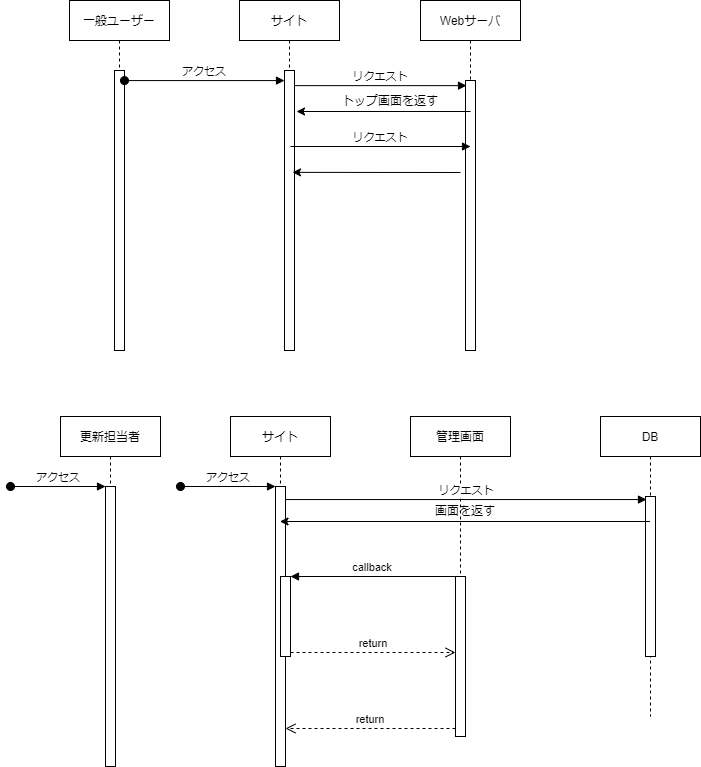
Earlier version of the draw.io export シーケンス図.drawio.png (buyodo/webgis-dev-doc). Source tidied: cells renumbered, new cells last; positions are measured from the earlier drawing's top-left corner, leaving out a move shared by most shapes.
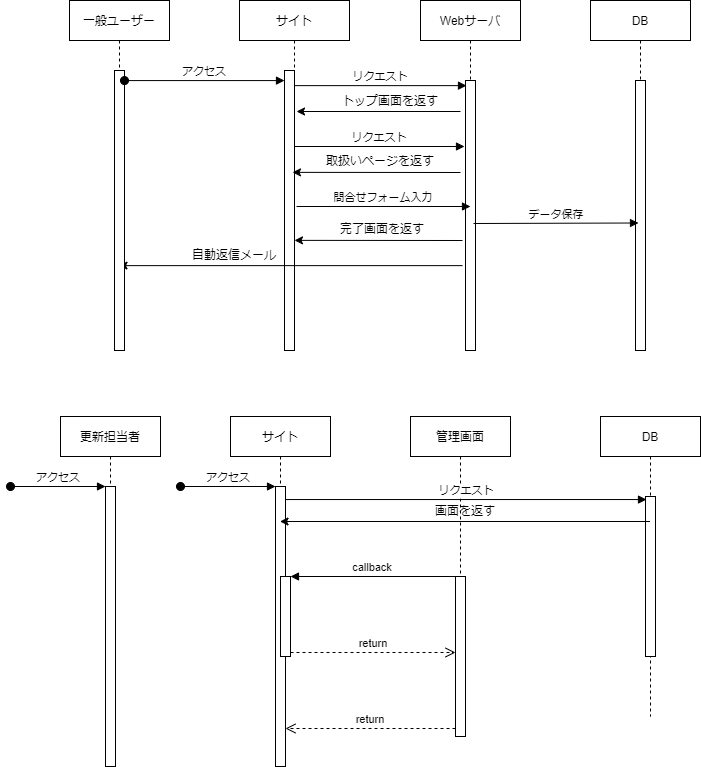
The same file after the commit.

Commit message:
シーケンス図.drawio.png を更新します

The edit, as a diff of the source:
```diff
@@ -3,11 +3,14 @@
     <mxCell id="0" />
     <mxCell id="1" parent="0" />
     <mxCell id="2" value="サイト" style="shape=umlLifeline;perimeter=lifelinePerimeter;rounded=0;shadow=0;strokeWidth=1;" parent="1" vertex="1">
-      <mxGeometry x="229" width="100" height="350" as="geometry" />
+      <mxGeometry x="229" width="110" height="350" as="geometry" />
     </mxCell>
     <mxCell id="3" style="points=[];perimeter=orthogonalPerimeter;rounded=0;shadow=0;strokeWidth=1;" parent="2" vertex="1">
       <mxGeometry x="45" y="70" width="10" height="280" as="geometry" />
     </mxCell>
+    <mxCell id="31" value="自動返信メール" style="text;html=1;strokeColor=none;fillColor=none;align=center;verticalAlign=middle;whiteSpace=wrap;rounded=0;" parent="2" vertex="1">
+      <mxGeometry x="-65" y="240" width="120" height="30" as="geometry" />
+    </mxCell>
     <mxCell id="4" value="リクエスト" style="verticalAlign=bottom;endArrow=block;entryX=0.1;entryY=0.019;shadow=0;strokeWidth=1;entryDx=0;entryDy=0;entryPerimeter=0;" parent="1" edge="1" source="3" target="6">
       <mxGeometry relative="1" as="geometry" />
     </mxCell>
@@ -17,9 +20,15 @@
     <mxCell id="6" style="points=[];perimeter=orthogonalPerimeter;rounded=0;shadow=0;strokeWidth=1;" parent="5" vertex="1">
       <mxGeometry x="45" y="80" width="10" height="270" as="geometry" />
     </mxCell>
+    <mxCell id="32" style="endArrow=classic;html=1;rounded=0;" parent="5" edge="1">
+      <mxGeometry relative="1" as="geometry">
+        <mxPoint x="42" y="265.1" as="sourcePoint" />
+        <mxPoint x="-301.5" y="265.1" as="targetPoint" />
+      </mxGeometry>
+    </mxCell>
     <mxCell id="7" style="endArrow=classic;html=1;rounded=0;" parent="1" edge="1">
       <mxGeometry relative="1" as="geometry">
-        <mxPoint x="460" y="111" as="sourcePoint" />
+        <mxPoint x="450" y="111" as="sourcePoint" />
         <mxPoint x="286" y="111" as="targetPoint" />
       </mxGeometry>
     </mxCell>
@@ -95,8 +104,8 @@
     </mxCell>
     <mxCell id="29" value="リクエスト" style="verticalAlign=bottom;endArrow=block;shadow=0;strokeWidth=1;" parent="1" edge="1">
       <mxGeometry relative="1" as="geometry">
-        <mxPoint x="280" y="146" as="sourcePoint" />
-        <mxPoint x="460" y="146" as="targetPoint" />
+        <mxPoint x="284" y="146" as="sourcePoint" />
+        <mxPoint x="454" y="146" as="targetPoint" />
       </mxGeometry>
     </mxCell>
     <mxCell id="30" style="endArrow=classic;html=1;rounded=0;" parent="1" edge="1">
@@ -105,5 +114,35 @@
         <mxPoint x="282" y="171.9" as="targetPoint" />
       </mxGeometry>
     </mxCell>
+    <mxCell id="33" value="取扱いページを返す" style="text;html=1;strokeColor=none;fillColor=none;align=center;verticalAlign=middle;whiteSpace=wrap;rounded=0;" parent="1" vertex="1">
+      <mxGeometry x="310" y="146" width="120" height="30" as="geometry" />
+    </mxCell>
+    <mxCell id="34" value="DB" style="shape=umlLifeline;perimeter=lifelinePerimeter;rounded=0;shadow=0;strokeWidth=1;" parent="1" vertex="1">
+      <mxGeometry x="580" width="100" height="350" as="geometry" />
+    </mxCell>
+    <mxCell id="35" style="perimeter=orthogonalPerimeter;rounded=0;shadow=0;strokeWidth=1;" parent="34" vertex="1">
+      <mxGeometry x="45" y="80" width="10" height="270" as="geometry" />
+    </mxCell>
+    <mxCell id="36" value="データ保存" style="verticalAlign=bottom;endArrow=block;shadow=0;strokeWidth=1;" parent="34" edge="1">
+      <mxGeometry relative="1" as="geometry">
+        <mxPoint x="-117" y="223" as="sourcePoint" />
+        <mxPoint x="48" y="222.5" as="targetPoint" />
+      </mxGeometry>
+    </mxCell>
+    <mxCell id="37" value="問合せフォーム入力" style="verticalAlign=bottom;endArrow=block;shadow=0;strokeWidth=1;" parent="1" edge="1">
+      <mxGeometry relative="1" as="geometry">
+        <mxPoint x="286" y="206" as="sourcePoint" />
+        <mxPoint x="460" y="206" as="targetPoint" />
+      </mxGeometry>
+    </mxCell>
+    <mxCell id="38" style="endArrow=classic;html=1;rounded=0;" parent="1" edge="1">
+      <mxGeometry relative="1" as="geometry">
+        <mxPoint x="452" y="240" as="sourcePoint" />
+        <mxPoint x="284" y="239.9" as="targetPoint" />
+      </mxGeometry>
+    </mxCell>
+    <mxCell id="39" value="完了画面を返す" style="text;html=1;strokeColor=none;fillColor=none;align=center;verticalAlign=middle;whiteSpace=wrap;rounded=0;" parent="1" vertex="1">
+      <mxGeometry x="312" y="214" width="120" height="30" as="geometry" />
+    </mxCell>
   </root>
 </mxGraphModel>
```
